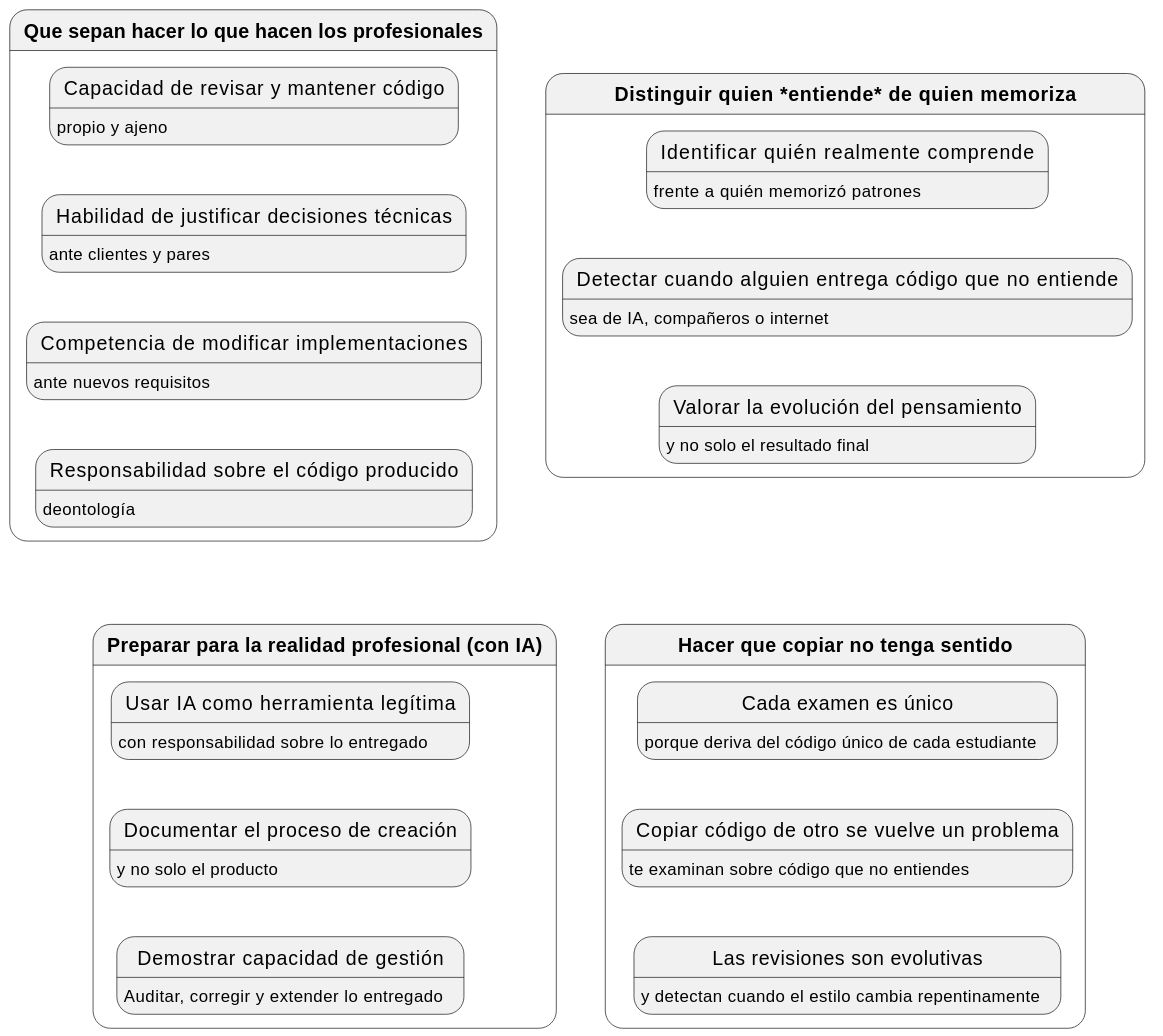
This is images/modelosUML/queBuscamos.svg from mmasias/mmasias, a PlantUML export, as it was before one commit.
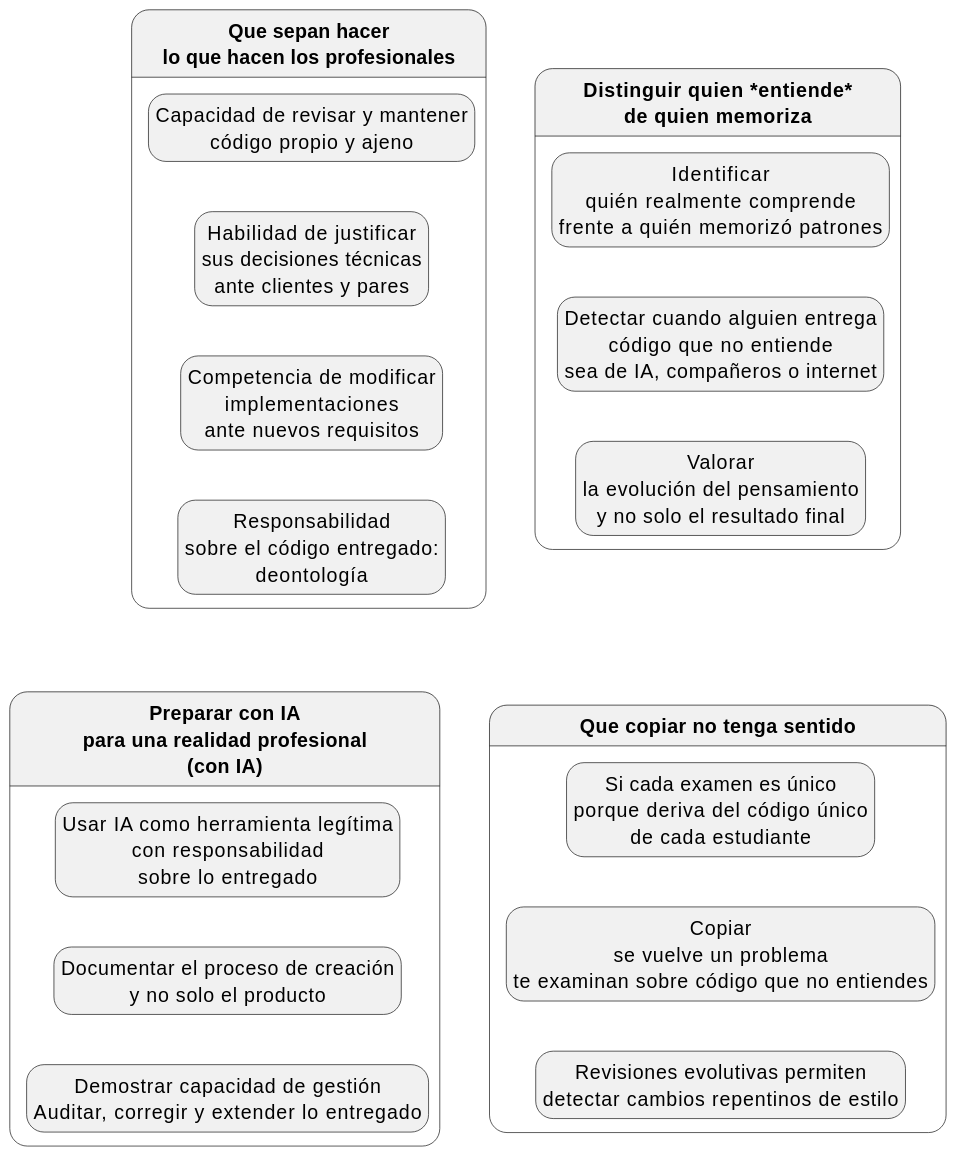
The same diagram one commit later.

The edit, as a diff of the source:
```diff
@@ -1,32 +1,31 @@
 @startuml
 hide empty description
 
-
-state HACER as "<b>Que sepan hacer lo que hacen los profesionales</b>" {
-    state HACER1 as "Capacidad de revisar y mantener código" : propio y ajeno
-    state HACER2 as "Habilidad de justificar decisiones técnicas" : ante clientes y pares
-    state HACER3 as "Competencia de modificar implementaciones" : ante nuevos requisitos
-    state HACER4 as "Responsabilidad sobre el código producido" : deontología
+state HACER as "<b>Que sepan hacer\n<b>lo que hacen los profesionales</b>" {
+    state HACER1 as "Capacidad de revisar y mantener\ncódigo propio y ajeno"
+    state HACER2 as "Habilidad de justificar\nsus decisiones técnicas\nante clientes y pares"
+    state HACER3 as "Competencia de modificar\nimplementaciones\nante nuevos requisitos"
+    state HACER4 as "Responsabilidad\nsobre el código entregado:\ndeontología"
 
 }
 
-state DISTINGUIR as "<b>Distinguir quien *entiende* de quien memoriza</b>" {
-    state DISTINGUIR1 as "Identificar quién realmente comprende" : frente a quién memorizó patrones
-    state DISTINGUIR2 as "Detectar cuando alguien entrega código que no entiende" : sea de IA, compañeros o internet
-    state DISTINGUIR3 as "Valorar la evolución del pensamiento" : y no solo el resultado final
+state DISTINGUIR as "<b>Distinguir quien *entiende*\n<b>de quien memoriza</b>" {
+    state DISTINGUIR1 as "Identificar\nquién realmente comprende\nfrente a quién memorizó patrones"
+    state DISTINGUIR2 as "Detectar cuando alguien entrega\ncódigo que no entiende\nsea de IA, compañeros o internet"
+    state DISTINGUIR3 as "Valorar\nla evolución del pensamiento\ny no solo el resultado final"
 }
 
-state COPIAR as "<b>Hacer que copiar no tenga sentido</b>"  {
-    state COPIAR1 as "Cada examen es único" : porque deriva del código único de cada estudiante
-    state COPIAR2 as "Copiar código de otro se vuelve un problema": te examinan sobre código que no entiendes
-    state COPIAR3 as "Las revisiones son evolutivas" : y detectan cuando el estilo cambia repentinamente
+state COPIAR as "<b>Que copiar no tenga sentido</b>"  {
+    state COPIAR1 as "Si cada examen es único\nporque deriva del código único\nde cada estudiante"
+    state COPIAR2 as "Copiar\nse vuelve un problema\nte examinan sobre código que no entiendes"
+    state COPIAR3 as "Revisiones evolutivas permiten\ndetectar cambios repentinos de estilo"
 }
 
 
-state PREPARAR as "<b>Preparar para la realidad profesional (con IA)</b>" {
-    state PREPARAR1 as "Usar IA como herramienta legítima" : con responsabilidad sobre lo entregado
-    state PREPARAR2 as "Documentar el proceso de creación" : y no solo el producto
-    state PREPARAR3 as "Demostrar capacidad de gestión" : Auditar, corregir y extender lo entregado
+state PREPARAR as "<b>Preparar con IA\n<b>para una realidad profesional\n<b>(con IA)</b>" {
+    state PREPARAR1 as "Usar IA como herramienta legítima\ncon responsabilidad\nsobre lo entregado"
+    state PREPARAR2 as "Documentar el proceso de creación\ny no solo el producto"
+    state PREPARAR3 as "Demostrar capacidad de gestión\nAuditar, corregir y extender lo entregado"
 }
 
 HACER -[hidden]r-> DISTINGUIR
```
